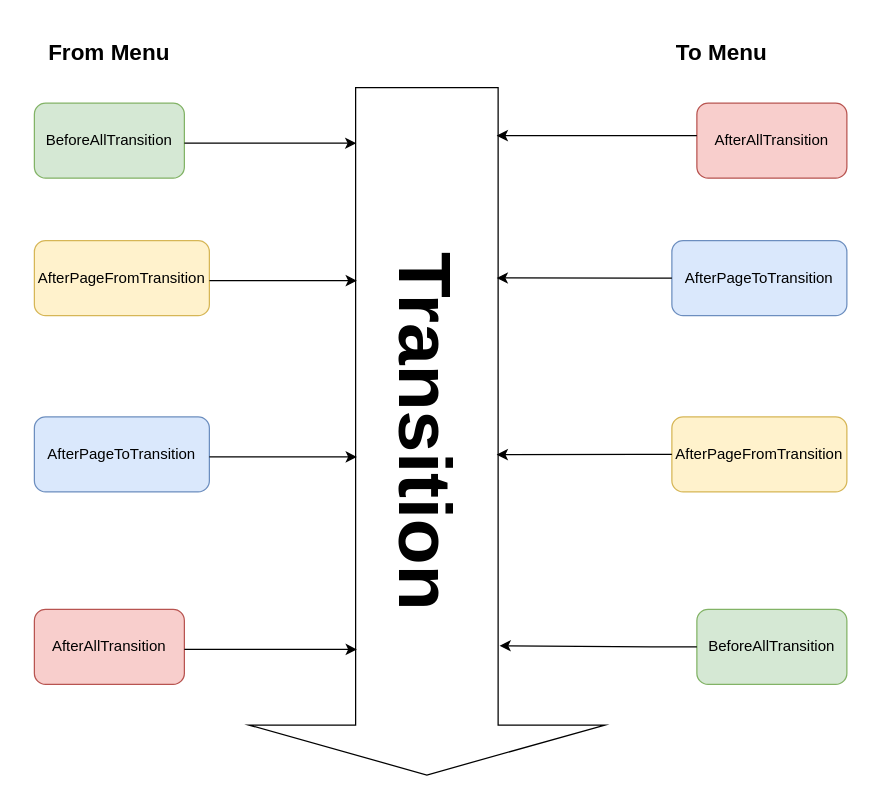
Above: page "TransitionOptionSetUnset" (5 of 6) of MenuTransitions.drawio in MikyGus/GodotAddonMenuSystem (draw.io), before the change. Source tidied: cells renumbered, new cells numbered last; positions are measured from the earlier drawing's top-left corner, leaving out a move shared by most shapes. Both pictures are drawn from the tidied source at 125%, with x=0, y=0 at pixel (21, 40).
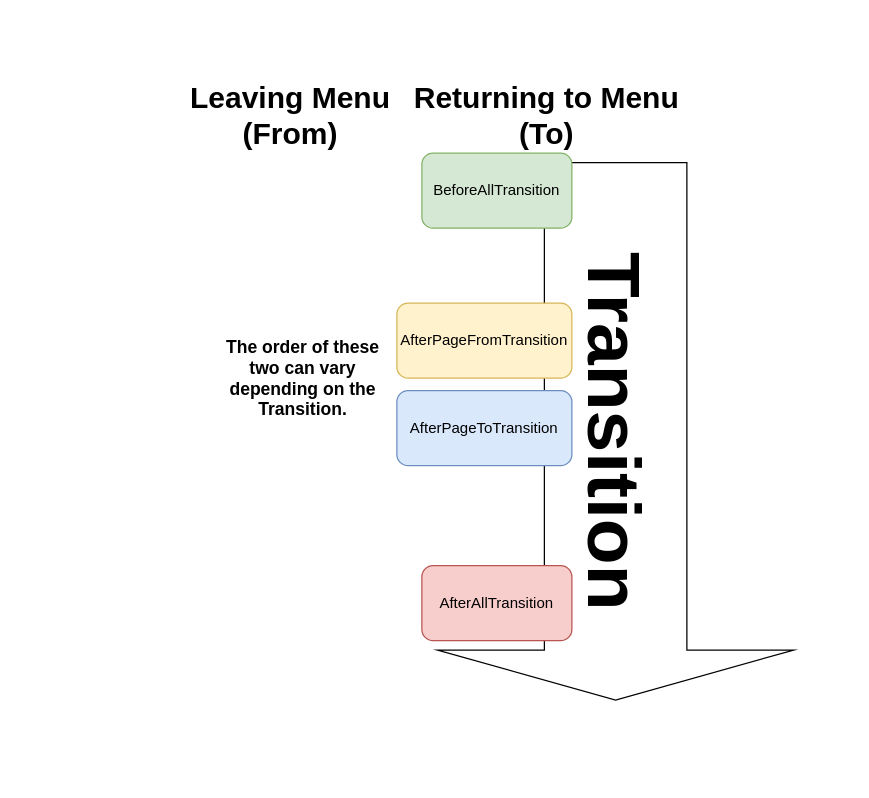
The same diagram, later.

Change to the diagram source:
```diff
@@
+    <mxCell id="3" value="&lt;h1 style=&quot;font-size: 60px;&quot;&gt;&lt;font style=&quot;font-size: 60px;&quot;&gt;Transition&lt;/font&gt;&lt;/h1&gt;" style="html=1;shadow=0;dashed=0;align=center;verticalAlign=middle;shape=mxgraph.arrows2.arrow;dy=0.6;dx=40;notch=0;rotation=90;" parent="1" vertex="1">
+      <mxGeometry x="260" y="170" width="430" height="285" as="geometry" />
+    </mxCell>
     <mxCell id="2" value="BeforeAllTransition" style="rounded=1;whiteSpace=wrap;html=1;fillColor=#d5e8d4;strokeColor=#82b366;" parent="1" vertex="1">
-      <mxGeometry x="10" y="50" width="120" height="60" as="geometry" />
+      <mxGeometry x="320" y="90" width="120" height="60" as="geometry" />
     </mxCell>
-    <mxCell id="3" value="&lt;h1 style=&quot;font-size: 60px;&quot;&gt;&lt;font style=&quot;font-size: 60px;&quot;&gt;Transition&lt;/font&gt;&lt;/h1&gt;" style="html=1;shadow=0;dashed=0;align=center;verticalAlign=middle;shape=mxgraph.arrows2.arrow;dy=0.6;dx=40;notch=0;rotation=90;" parent="1" vertex="1">
-      <mxGeometry x="49" y="170" width="550" height="285" as="geometry" />
-    </mxCell>
-    <mxCell id="4" value="&lt;h2&gt;From Menu&lt;/h2&gt;" style="text;html=1;align=center;verticalAlign=middle;whiteSpace=wrap;rounded=0;" parent="1" vertex="1">
-      <mxGeometry width="140" height="20" as="geometry" />
+    <mxCell id="4" value="&lt;h1&gt;Leaving Menu (From)&lt;br&gt;&lt;/h1&gt;" style="text;html=1;align=center;verticalAlign=middle;whiteSpace=wrap;rounded=0;" parent="1" vertex="1">
+      <mxGeometry x="120" y="50" width="190" height="20" as="geometry" />
     </mxCell>
-    <mxCell id="5" value="&lt;h2&gt;To Menu&lt;/h2&gt;" style="text;html=1;align=center;verticalAlign=middle;whiteSpace=wrap;rounded=0;" parent="1" vertex="1">
-      <mxGeometry x="490" width="140" height="20" as="geometry" />
+    <mxCell id="5" value="&lt;h1&gt;Returning to Menu (To)&lt;br&gt;&lt;/h1&gt;" style="text;html=1;align=center;verticalAlign=middle;whiteSpace=wrap;rounded=0;" parent="1" vertex="1">
+      <mxGeometry x="300" y="50" width="240" height="20" as="geometry" />
     </mxCell>
-    <mxCell id="6" style="edgeStyle=orthogonalEdgeStyle;rounded=0;jettySize=auto;html=1;entryX=0.081;entryY=0.698;entryDx=0;entryDy=0;entryPerimeter=0;" parent="1" edge="1" source="2" target="3">
-      <mxGeometry relative="1" as="geometry">
-        <Array as="points">
-          <mxPoint x="140" y="82" />
-          <mxPoint x="140" y="82" />
-        </Array>
-      </mxGeometry>
-    </mxCell>
     <mxCell id="7" value="AfterAllTransition" style="rounded=1;whiteSpace=wrap;html=1;fillColor=#f8cecc;strokeColor=#b85450;" parent="1" vertex="1">
-      <mxGeometry x="10" y="455" width="120" height="60" as="geometry" />
+      <mxGeometry x="320" y="420" width="120" height="60" as="geometry" />
     </mxCell>
-    <mxCell id="8" style="edgeStyle=orthogonalEdgeStyle;rounded=0;jettySize=auto;html=1;entryX=0.081;entryY=0.698;entryDx=0;entryDy=0;entryPerimeter=0;" parent="1" edge="1" source="7">
-      <mxGeometry relative="1" as="geometry">
-        <mxPoint x="268" y="487" as="targetPoint" />
-        <Array as="points">
-          <mxPoint x="140" y="487" />
-          <mxPoint x="140" y="487" />
-        </Array>
-      </mxGeometry>
-    </mxCell>
     <mxCell id="9" value="AfterPageToTransition" style="rounded=1;whiteSpace=wrap;html=1;fillColor=#dae8fc;strokeColor=#6c8ebf;" parent="1" vertex="1">
-      <mxGeometry x="10" y="301" width="140" height="60" as="geometry" />
+      <mxGeometry x="300" y="280" width="140" height="60" as="geometry" />
     </mxCell>
-    <mxCell id="10" style="edgeStyle=orthogonalEdgeStyle;rounded=0;jettySize=auto;html=1;entryX=0.081;entryY=0.698;entryDx=0;entryDy=0;entryPerimeter=0;" parent="1" edge="1" source="9">
-      <mxGeometry relative="1" as="geometry">
-        <mxPoint x="268" y="333" as="targetPoint" />
-        <Array as="points">
-          <mxPoint x="140" y="333" />
-          <mxPoint x="140" y="333" />
-        </Array>
-      </mxGeometry>
-    </mxCell>
     <mxCell id="11" value="AfterPageFromTransition" style="rounded=1;whiteSpace=wrap;html=1;fillColor=#fff2cc;strokeColor=#d6b656;" parent="1" vertex="1">
-      <mxGeometry x="10" y="160" width="140" height="60" as="geometry" />
+      <mxGeometry x="300" y="210" width="140" height="60" as="geometry" />
     </mxCell>
-    <mxCell id="12" style="edgeStyle=orthogonalEdgeStyle;rounded=0;jettySize=auto;html=1;entryX=0.081;entryY=0.698;entryDx=0;entryDy=0;entryPerimeter=0;" parent="1" edge="1" source="11">
-      <mxGeometry relative="1" as="geometry">
-        <mxPoint x="268" y="192" as="targetPoint" />
-        <Array as="points">
-          <mxPoint x="140" y="192" />
-          <mxPoint x="140" y="192" />
-        </Array>
-      </mxGeometry>
-    </mxCell>
-    <mxCell id="13" value="AfterAllTransition" style="rounded=1;whiteSpace=wrap;html=1;fillColor=#f8cecc;strokeColor=#b85450;" parent="1" vertex="1">
-      <mxGeometry x="540" y="50" width="120" height="60" as="geometry" />
-    </mxCell>
-    <mxCell id="14" style="edgeStyle=orthogonalEdgeStyle;rounded=0;jettySize=auto;html=1;entryX=0.07;entryY=0.304;entryDx=0;entryDy=0;entryPerimeter=0;" parent="1" edge="1" source="13" target="3">
-      <mxGeometry relative="1" as="geometry">
-        <Array as="points">
-          <mxPoint x="520" y="76" />
-          <mxPoint x="520" y="76" />
-        </Array>
-      </mxGeometry>
-    </mxCell>
-    <mxCell id="15" value="BeforeAllTransition" style="rounded=1;whiteSpace=wrap;html=1;fillColor=#d5e8d4;strokeColor=#82b366;" parent="1" vertex="1">
-      <mxGeometry x="540" y="455" width="120" height="60" as="geometry" />
-    </mxCell>
-    <mxCell id="16" style="edgeStyle=orthogonalEdgeStyle;rounded=0;jettySize=auto;html=1;entryX=0.812;entryY=0.296;entryDx=0;entryDy=0;entryPerimeter=0;" parent="1" edge="1" source="15" target="3">
-      <mxGeometry relative="1" as="geometry" />
-    </mxCell>
-    <mxCell id="17" value="AfterPageToTransition" style="rounded=1;whiteSpace=wrap;html=1;fillColor=#dae8fc;strokeColor=#6c8ebf;" parent="1" vertex="1">
-      <mxGeometry x="520" y="160" width="140" height="60" as="geometry" />
-    </mxCell>
-    <mxCell id="18" style="edgeStyle=orthogonalEdgeStyle;rounded=0;jettySize=auto;html=1;entryX=0.277;entryY=0.304;entryDx=0;entryDy=0;entryPerimeter=0;" parent="1" edge="1" source="17" target="3">
-      <mxGeometry relative="1" as="geometry" />
-    </mxCell>
-    <mxCell id="19" value="AfterPageFromTransition" style="rounded=1;whiteSpace=wrap;html=1;fillColor=#fff2cc;strokeColor=#d6b656;" parent="1" vertex="1">
-      <mxGeometry x="520" y="301" width="140" height="60" as="geometry" />
-    </mxCell>
-    <mxCell id="20" style="edgeStyle=orthogonalEdgeStyle;rounded=0;jettySize=auto;html=1;entryX=0.534;entryY=0.304;entryDx=0;entryDy=0;entryPerimeter=0;" parent="1" edge="1" source="19" target="3">
-      <mxGeometry relative="1" as="geometry" />
-    </mxCell>
+    <mxCell id="21" value="&lt;h3&gt;The order of these two can vary depending on the Transition. &lt;/h3&gt;" style="text;html=1;align=center;verticalAlign=middle;whiteSpace=wrap;rounded=0;" parent="1" vertex="1">
+      <mxGeometry x="160" y="230" width="130" height="80" as="geometry" />
+    </mxCell>
```
